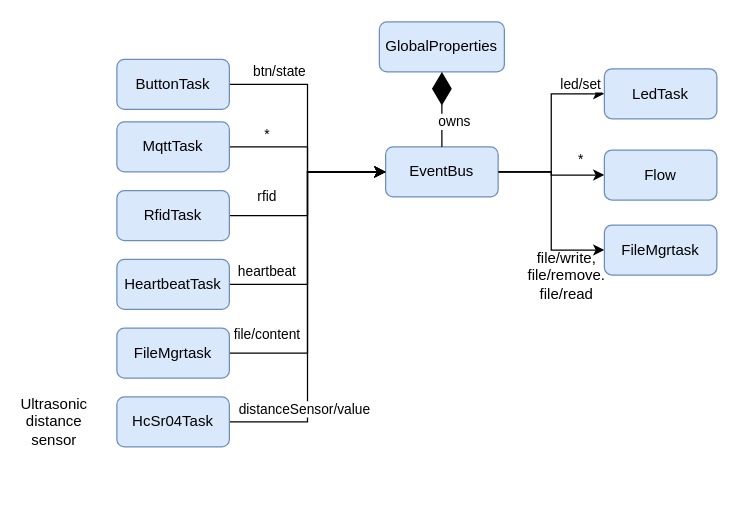
Before: docs/uml/eventbus.drawio in miman/esp32_util, a draw.io diagram. Source tidied: cells renumbered, new cells numbered last; positions are measured from the earlier drawing's top-left corner, leaving out a move shared by most shapes. Both pictures are drawn from the tidied source at 125%, with x=0, y=0 at pixel (29, 21).
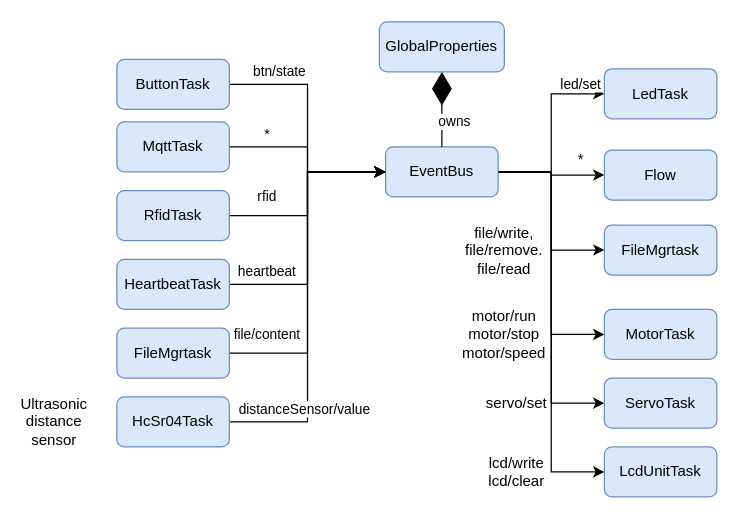
Above is the later version.

The change refers to these unchanged cells:
```xml
<mxCell id="5" value="EventBus" style="rounded=1;whiteSpace=wrap;html=1;fillColor=#dae8fc;strokeColor=#6c8ebf;" parent="1" vertex="1">
  <mxGeometry x="285" y="100" width="90" height="40" as="geometry" />
</mxCell>
```

Diff of the diagram source:
```diff
@@
+    <mxCell id="25" style="edgeStyle=orthogonalEdgeStyle;rounded=0;jettySize=auto;html=1;entryX=0;entryY=0.5;entryDx=0;entryDy=0;" parent="1" edge="1" source="5" target="29">
+      <mxGeometry relative="1" as="geometry" />
+    </mxCell>
+    <mxCell id="26" style="edgeStyle=orthogonalEdgeStyle;rounded=0;jettySize=auto;html=1;entryX=0;entryY=0.5;entryDx=0;entryDy=0;" parent="1" edge="1" source="5" target="30">
+      <mxGeometry relative="1" as="geometry" />
+    </mxCell>
+    <mxCell id="27" style="edgeStyle=orthogonalEdgeStyle;rounded=0;jettySize=auto;html=1;entryX=0;entryY=0.5;entryDx=0;entryDy=0;" parent="1" edge="1" source="5" target="28">
+      <mxGeometry relative="1" as="geometry" />
+    </mxCell>
@@
     <mxCell id="19" value="file/write, file/remove. file/read" style="text;html=1;strokeColor=none;fillColor=none;align=center;verticalAlign=middle;whiteSpace=wrap;rounded=0;" parent="1" vertex="1">
-      <mxGeometry x="410" y="192.5" width="40" height="20" as="geometry" />
+      <mxGeometry x="360" y="172.5" width="40" height="20" as="geometry" />
     </mxCell>
@@
+    <mxCell id="28" value="LcdUnitTask" style="rounded=1;whiteSpace=wrap;html=1;fillColor=#dae8fc;strokeColor=#6c8ebf;" parent="1" vertex="1">
+      <mxGeometry x="460" y="340" width="90" height="40" as="geometry" />
+    </mxCell>
+    <mxCell id="29" value="MotorTask" style="rounded=1;whiteSpace=wrap;html=1;fillColor=#dae8fc;strokeColor=#6c8ebf;" parent="1" vertex="1">
+      <mxGeometry x="460" y="230" width="90" height="40" as="geometry" />
+    </mxCell>
+    <mxCell id="30" value="ServoTask" style="rounded=1;whiteSpace=wrap;html=1;fillColor=#dae8fc;strokeColor=#6c8ebf;" parent="1" vertex="1">
+      <mxGeometry x="460" y="285" width="90" height="40" as="geometry" />
+    </mxCell>
+    <mxCell id="31" value="servo/set" style="text;html=1;strokeColor=none;fillColor=none;align=center;verticalAlign=middle;whiteSpace=wrap;rounded=0;" parent="1" vertex="1">
+      <mxGeometry x="370" y="295" width="40" height="20" as="geometry" />
+    </mxCell>
+    <mxCell id="32" value="&lt;div&gt;lcd/write&lt;/div&gt;&lt;div&gt;lcd/clear&lt;/div&gt;" style="text;html=1;strokeColor=none;fillColor=none;align=center;verticalAlign=middle;whiteSpace=wrap;rounded=0;" parent="1" vertex="1">
+      <mxGeometry x="370" y="350" width="40" height="20" as="geometry" />
+    </mxCell>
+    <mxCell id="33" value="&lt;div&gt;motor/run&lt;/div&gt;&lt;div&gt;motor/stop&lt;/div&gt;&lt;div&gt;motor/speed&lt;/div&gt;" style="text;html=1;strokeColor=none;fillColor=none;align=center;verticalAlign=middle;whiteSpace=wrap;rounded=0;" parent="1" vertex="1">
+      <mxGeometry x="360" y="240" width="40" height="20" as="geometry" />
+    </mxCell>
```
